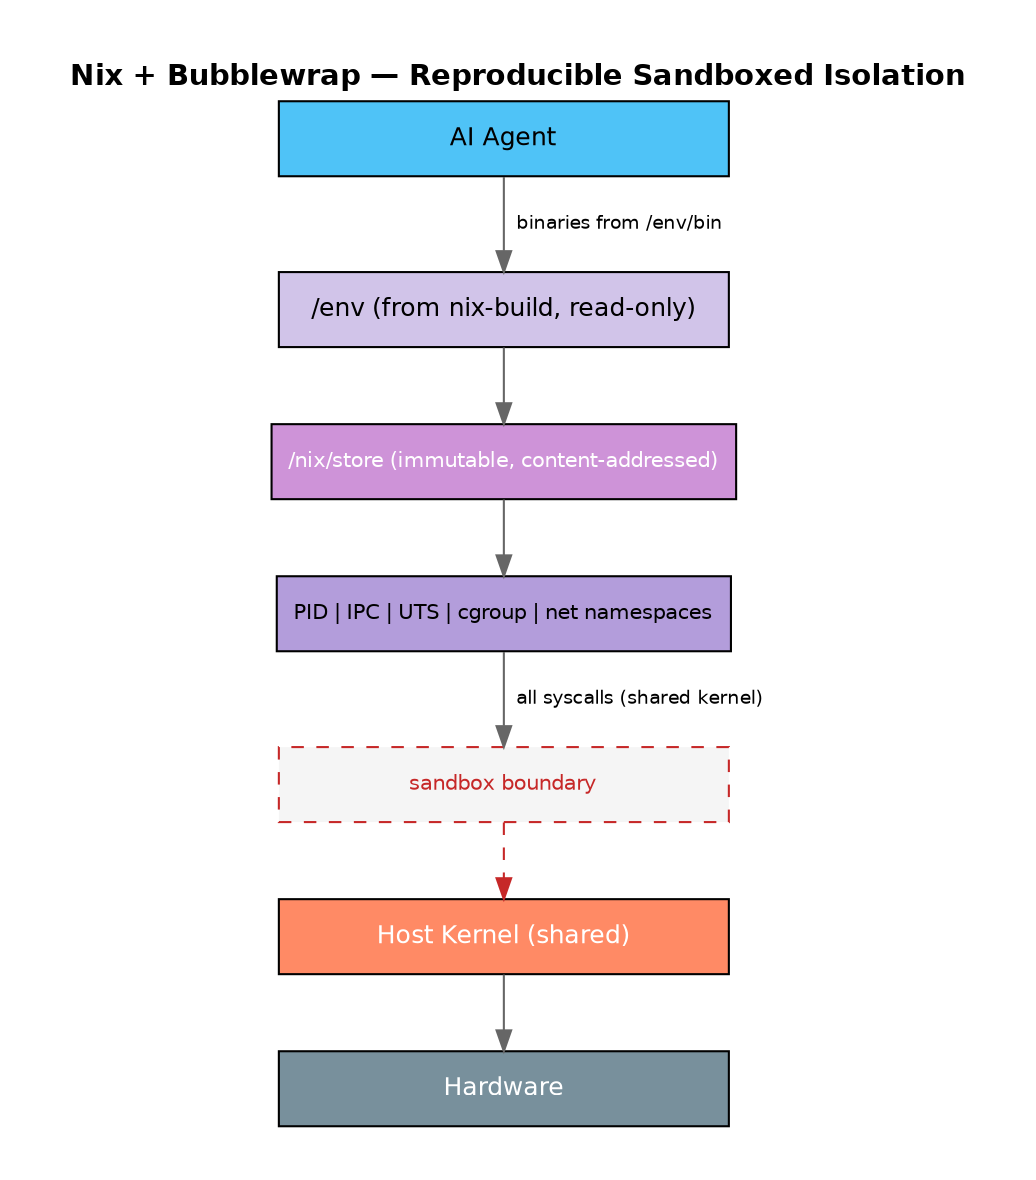
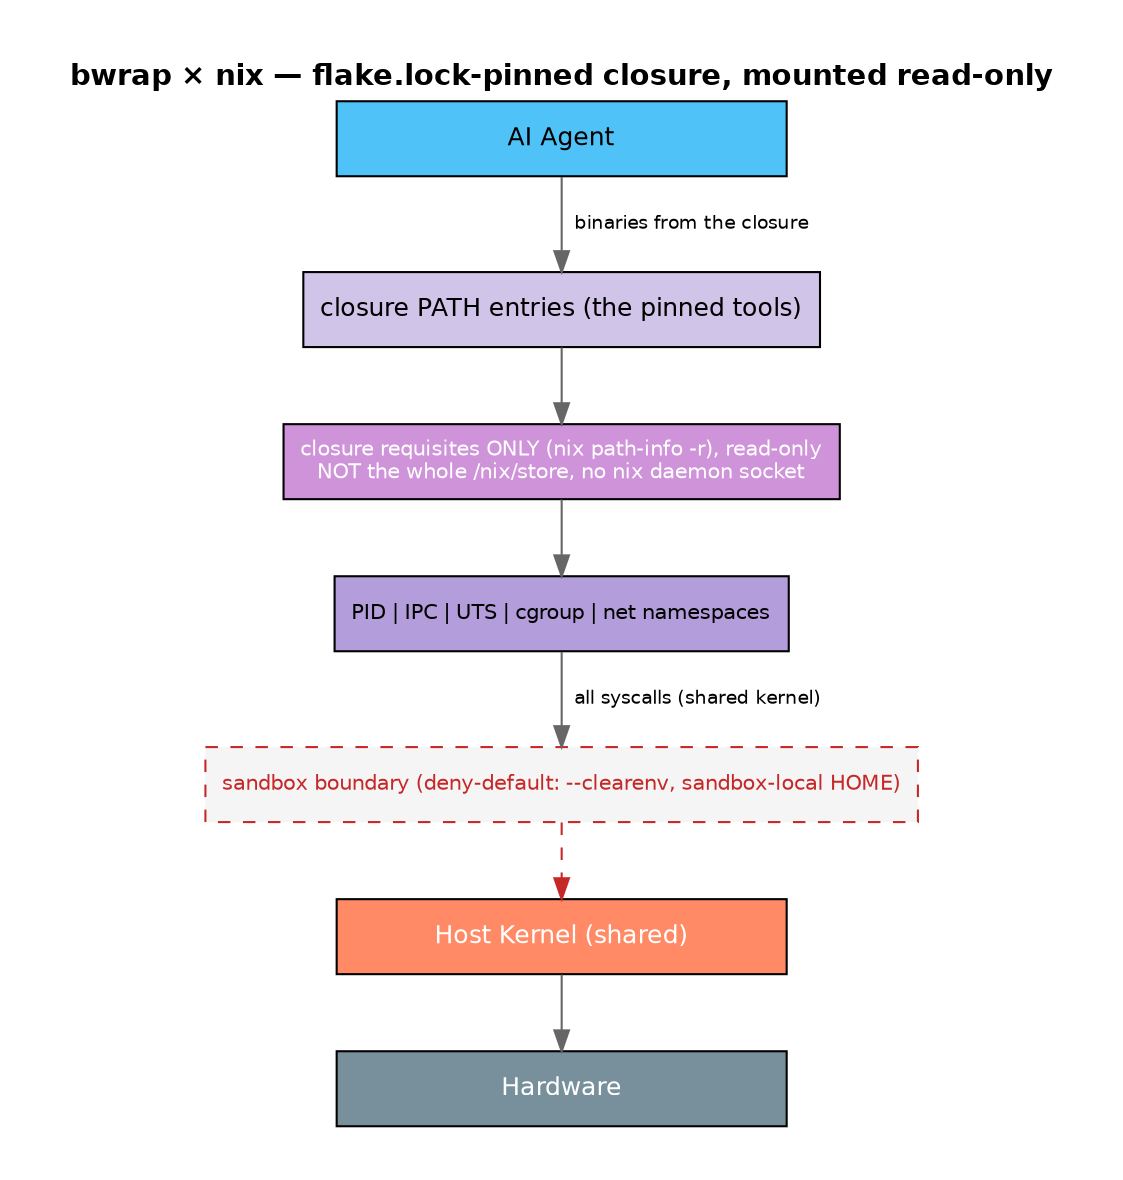
digraph Nix {
  rankdir=TB;
  splines=false;
  nodesep=0.3;
  ranksep=0.5;
  bgcolor="white";
  margin=0.3;

  node [shape=box, style="filled", fontname="Helvetica", fontsize=12, width=3, height=0.5];
  edge [fontname="Helvetica", fontsize=9, color="#666666"];

-   label="Nix + Bubblewrap — Reproducible Sandboxed Isolation";
+   label="bwrap × nix — flake.lock-pinned closure, mounted read-only";
  labelloc=t;
  fontsize=14;
  fontname="Helvetica-Bold";

  agent [label="AI Agent", fillcolor="#4FC3F7"];
-   env [label="/env (from nix-build, read-only)", fillcolor="#D1C4E9"];
-   store [label="/nix/store (immutable, content-addressed)", fillcolor="#CE93D8", fontcolor=white, fontsize=10];
+   env [label="closure PATH entries (the pinned tools)", fillcolor="#D1C4E9"];
+   store [label="closure requisites ONLY (nix path-info -r), read-only\nNOT the whole /nix/store, no nix daemon socket", fillcolor="#CE93D8", fontcolor=white, fontsize=10];
  ns [label="PID | IPC | UTS | cgroup | net namespaces", fillcolor="#B39DDB", fontsize=10];
-   sb [label="sandbox boundary", style="dashed,filled", fillcolor="#F5F5F5", fontcolor="#C62828", fontsize=10, color="#C62828"];
+   sb [label="sandbox boundary (deny-default: --clearenv, sandbox-local HOME)", style="dashed,filled", fillcolor="#F5F5F5", fontcolor="#C62828", fontsize=10, color="#C62828"];
  kernel [label="Host Kernel (shared)", fillcolor="#FF8A65", fontcolor=white];
  hw [label="Hardware", fillcolor="#78909C", fontcolor=white];

-   agent -> env [label="  binaries from /env/bin"];
+   agent -> env [label="  binaries from the closure"];
  env -> store;
  store -> ns;
  ns -> sb [label="  all syscalls (shared kernel)"];
  sb -> kernel [style=dashed, color="#C62828"];
  kernel -> hw;
}
